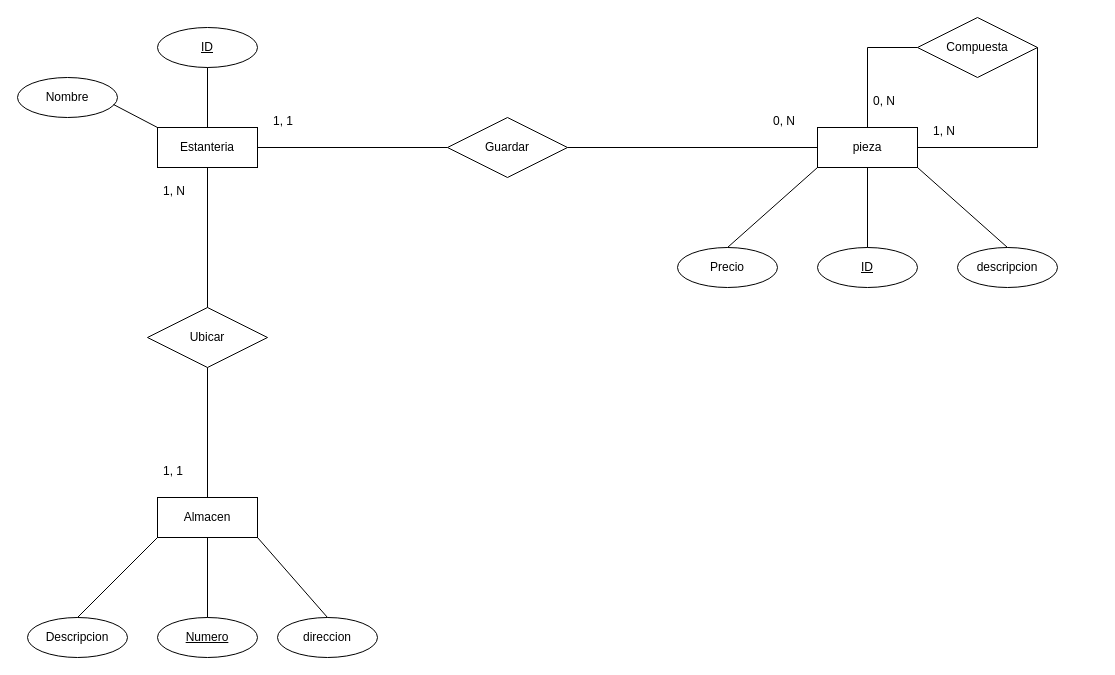
jordimall/jmg-tsys-ta12diagramasER-drawio-111023 keeps this draw.io diagram as Actividad_05_C3_UD12.drawio. Above is the earlier version. Source tidied: cells renumbered, new cells numbered last; positions are measured from the earlier drawing's top-left corner, leaving out a move shared by most shapes. Both pictures are drawn from the tidied source at 100%, with x=0, y=0 at pixel (17, 17).
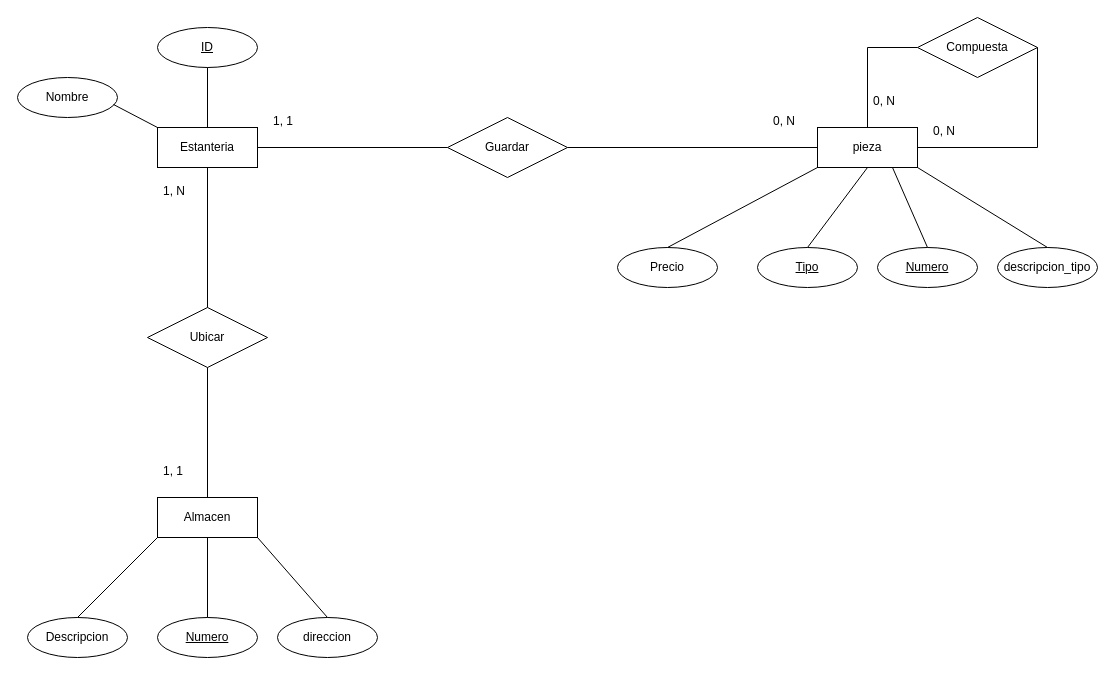
After the change.

The change refers to these unchanged cells:
```xml
<mxCell id="3" value="pieza" style="whiteSpace=wrap;html=1;align=center;" parent="1" vertex="1">
  <mxGeometry x="800" y="110" width="100" height="40" as="geometry" />
</mxCell>
```

Diff of the diagram source:
```diff
@@
-    <mxCell id="4" value="ID" style="ellipse;whiteSpace=wrap;html=1;align=center;fontStyle=4;" parent="1" vertex="1">
-      <mxGeometry x="800" y="230" width="100" height="40" as="geometry" />
+    <mxCell id="4" value="Tipo" style="ellipse;whiteSpace=wrap;html=1;align=center;fontStyle=4;" parent="1" vertex="1">
+      <mxGeometry x="740" y="230" width="100" height="40" as="geometry" />
     </mxCell>
@@
-    <mxCell id="6" value="descripcion" style="ellipse;whiteSpace=wrap;html=1;align=center;" parent="1" vertex="1">
-      <mxGeometry x="940" y="230" width="100" height="40" as="geometry" />
+    <mxCell id="6" value="descripcion_tipo" style="ellipse;whiteSpace=wrap;html=1;align=center;" parent="1" vertex="1">
+      <mxGeometry x="980" y="230" width="100" height="40" as="geometry" />
     </mxCell>
     <mxCell id="7" value="Precio" style="ellipse;whiteSpace=wrap;html=1;align=center;" parent="1" vertex="1">
-      <mxGeometry x="660" y="230" width="100" height="40" as="geometry" />
+      <mxGeometry x="600" y="230" width="100" height="40" as="geometry" />
     </mxCell>
@@
-    <mxCell id="32" value="1, N" style="text;strokeColor=none;fillColor=none;spacingLeft=4;spacingRight=4;overflow=hidden;fontSize=12;whiteSpace=wrap;html=1;" parent="1" vertex="1">
+    <mxCell id="32" value="0, N" style="text;strokeColor=none;fillColor=none;spacingLeft=4;spacingRight=4;overflow=hidden;fontSize=12;whiteSpace=wrap;html=1;" parent="1" vertex="1">
       <mxGeometry x="910" y="100" width="40" height="30" as="geometry" />
     </mxCell>
@@
+    <mxCell id="36" value="Numero" style="ellipse;whiteSpace=wrap;html=1;align=center;fontStyle=4;" parent="1" vertex="1">
+      <mxGeometry x="860" y="230" width="100" height="40" as="geometry" />
+    </mxCell>
+    <mxCell id="37" style="endArrow=none;html=1;rounded=0;exitX=0.75;exitY=1;exitDx=0;exitDy=0;entryX=0.5;entryY=0;entryDx=0;entryDy=0;" parent="1" edge="1" source="3" target="36">
+      <mxGeometry relative="1" as="geometry" />
+    </mxCell>
```
